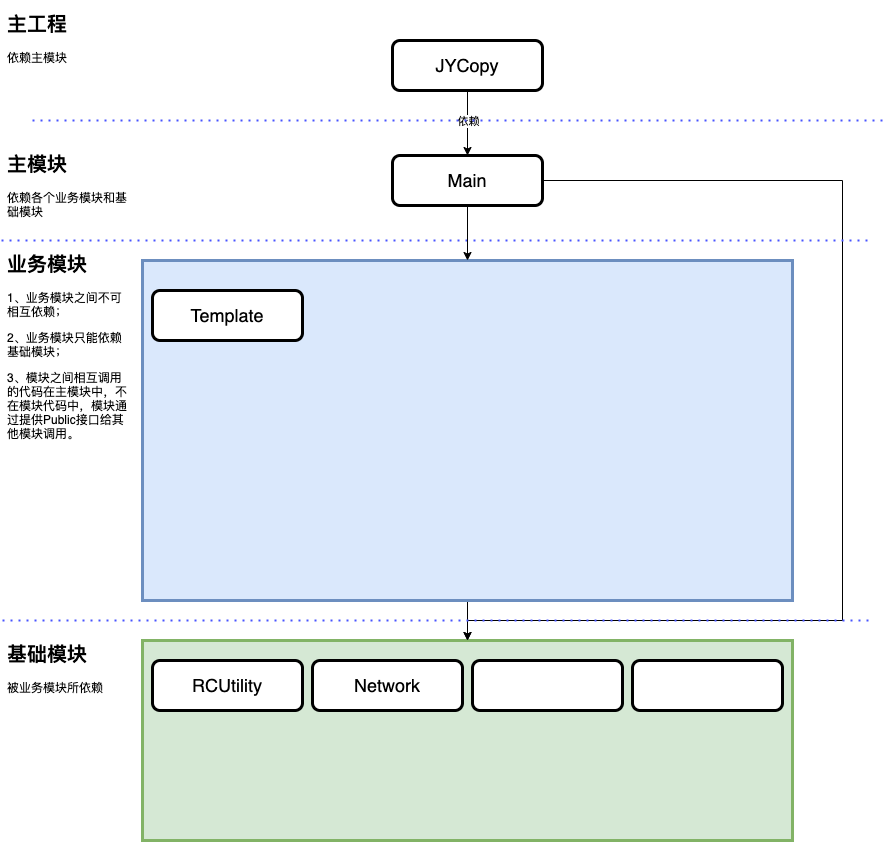
rccrx/JYCopy keeps this draw.io diagram as Doc/架构图.png. Above is the earlier version. Source tidied: cells renumbered, new cells last; positions are measured from the earlier drawing's top-left corner, leaving out a move shared by most shapes.
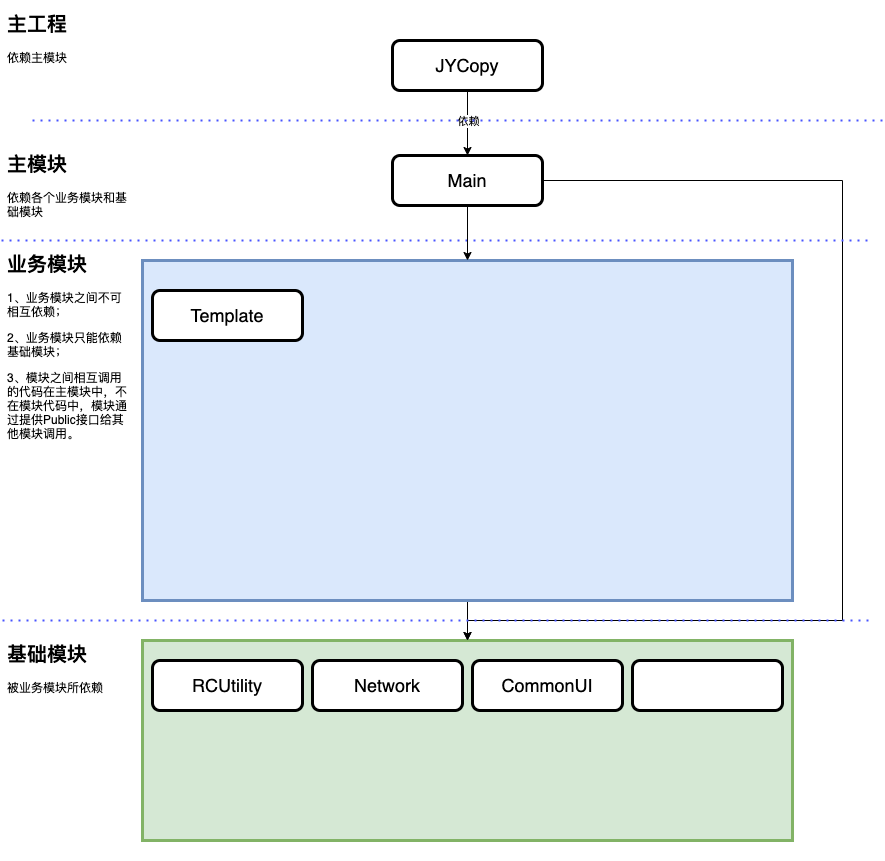
After the commit.

Change to the diagram source:
```diff
@@ -55,7 +55,7 @@
     <mxCell id="12" value="&lt;font style=&quot;font-size: 18px&quot;&gt;Template&lt;/font&gt;" style="shape=ext;rounded=1;html=1;whiteSpace=wrap;strokeWidth=3;perimeterSpacing=0;sketch=0;" parent="1" vertex="1">
       <mxGeometry x="151" y="280" width="150" height="50" as="geometry" />
     </mxCell>
-    <mxCell id="13" style="shape=ext;rounded=1;html=1;whiteSpace=wrap;strokeWidth=3;perimeterSpacing=0;sketch=0;" parent="1" vertex="1">
+    <mxCell id="13" value="&lt;span style=&quot;font-size: 18px&quot;&gt;CommonUI&lt;/span&gt;" style="shape=ext;rounded=1;html=1;whiteSpace=wrap;strokeWidth=3;perimeterSpacing=0;sketch=0;" parent="1" vertex="1">
       <mxGeometry x="471" y="650" width="150" height="50" as="geometry" />
     </mxCell>
     <mxCell id="14" value="&lt;font style=&quot;font-size: 18px&quot;&gt;&lt;br&gt;&lt;/font&gt;" style="shape=ext;rounded=1;html=1;whiteSpace=wrap;strokeWidth=3;perimeterSpacing=0;sketch=0;" parent="1" vertex="1">
```
